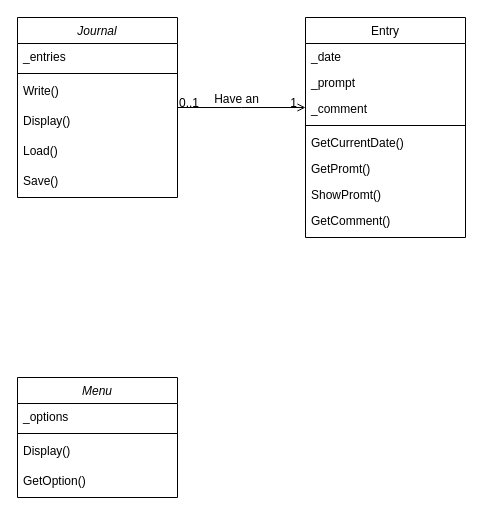
This is assets/JournalDiagram.drawio from neorgon/cse210-hw, a draw.io file, before an edit. Source tidied: cells renumbered, new cells numbered last; positions are measured from the earlier drawing's top-left corner, leaving out a move shared by most shapes. Both pictures are drawn from the tidied source at 100%, with x=0, y=0 at pixel (17, 17).
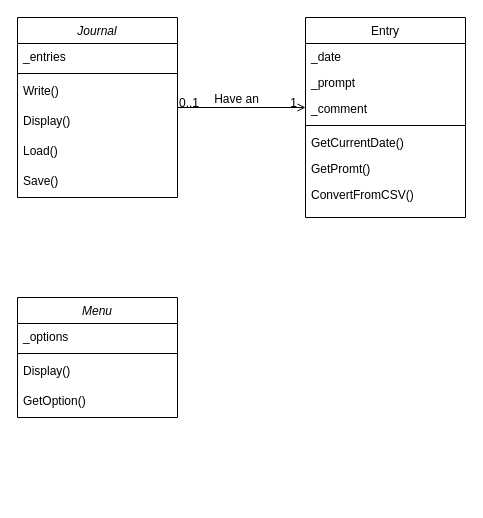
After the change.

Commit message:
Update Entry class

What changed in the source:
```diff
@@
     <mxCell id="9" value="Entry" style="swimlane;fontStyle=0;align=center;verticalAlign=top;horizontal=1;startSize=26;rounded=0;shadow=0;strokeWidth=1;" parent="1" vertex="1">
-      <mxGeometry x="288" width="160" height="220" as="geometry" />
+      <mxGeometry x="288" width="160" height="200" as="geometry" />
     </mxCell>
@@
-    <mxCell id="16" value="ShowPromt()" style="text;align=left;verticalAlign=top;spacingLeft=4;spacingRight=4;overflow=hidden;" parent="9" vertex="1">
-      <mxGeometry y="164" width="160" height="26" as="geometry" />
-    </mxCell>
-    <mxCell id="17" value="GetComment()" style="text;align=left;verticalAlign=top;spacingLeft=4;spacingRight=4;overflow=hidden;" parent="9" vertex="1">
-      <mxGeometry y="190" width="160" height="26" as="geometry" />
+    <mxCell id="17" value="ConvertFromCSV()" style="text;align=left;verticalAlign=top;spacingLeft=4;spacingRight=4;overflow=hidden;" parent="9" vertex="1">
+      <mxGeometry y="164" width="160" height="26" as="geometry" />
     </mxCell>
@@
     <mxCell id="22" value="Menu" style="swimlane;fontStyle=2;align=center;verticalAlign=top;horizontal=1;startSize=26;rounded=0;shadow=0;strokeWidth=1;" parent="1" vertex="1">
-      <mxGeometry y="360" width="160" height="120" as="geometry" />
+      <mxGeometry y="280" width="160" height="120" as="geometry" />
     </mxCell>
```
